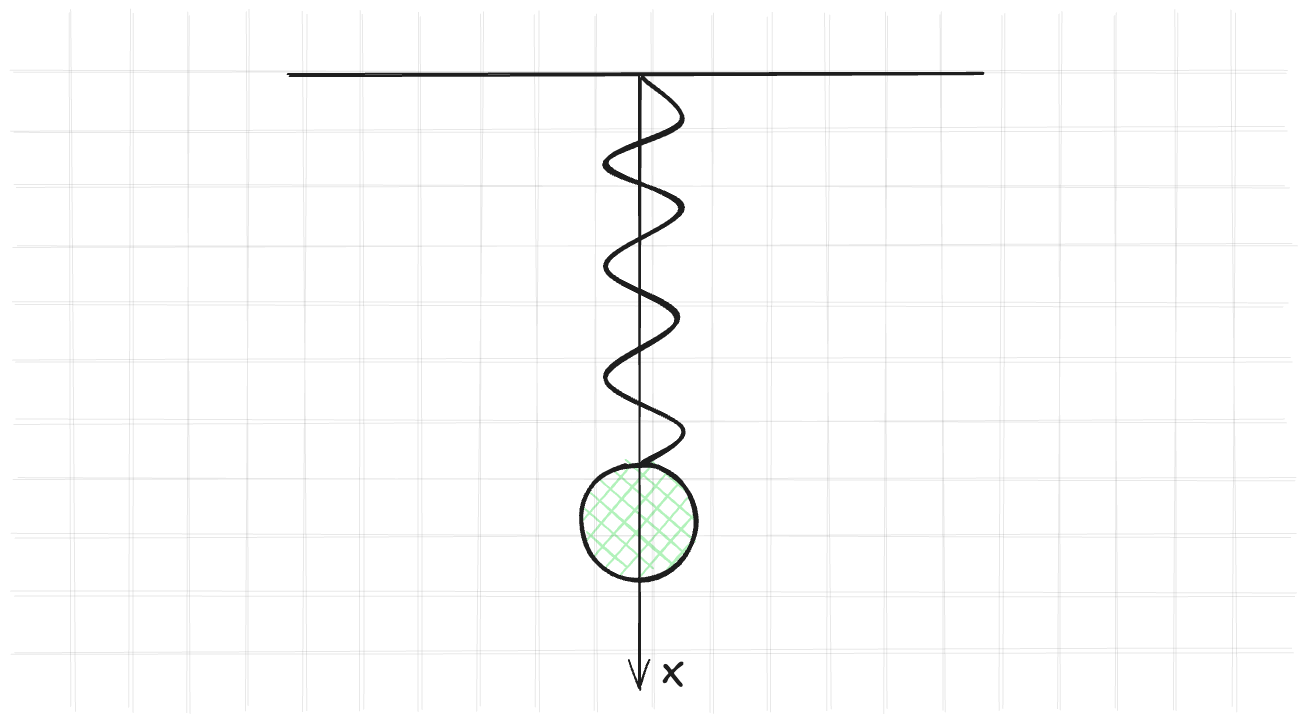
The Excalidraw diagram assets/pictures/numerical_method/spring.excalidraw.png in kozakromch/game_physics, before a commit. Source tidied: one line per element, renumbered; positions are measured from the earlier drawing's top-left corner, leaving out a move shared by most shapes.
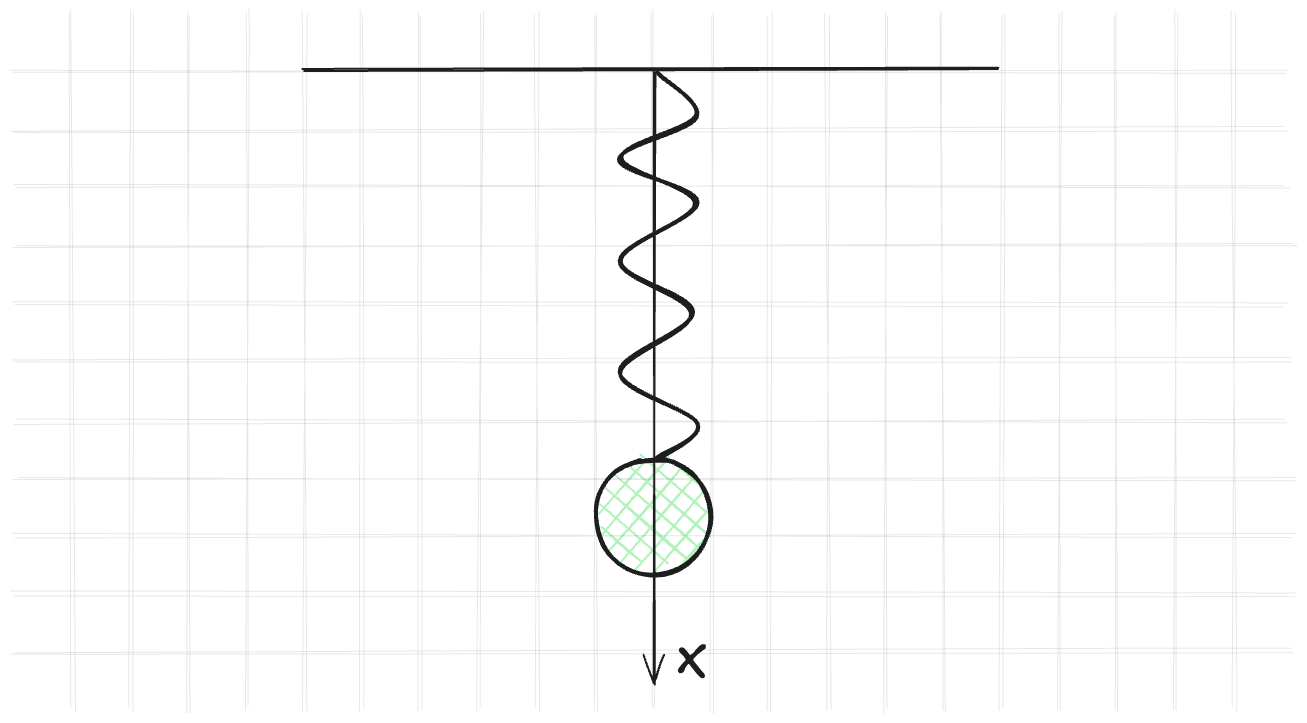
Later version of the same file.

Diff of the diagram source:
```diff
@@ -1,5 +1,5 @@
-{"id": 0, "type": "line", "strokeColor": "#1e1e1e", "strokeWidth": 2, "roughness": 1, "round": true, "x": 565, "y": 3, "width": 694, "height": 2, "points": [[0, 0], [694, -2]]}
+{"id": 0, "type": "line", "strokeColor": "#1e1e1e", "strokeWidth": 2, "roughness": 1, "round": true, "x": 579, "y": -2, "width": 694, "height": 2, "points": [[0, 0], [694, -2]]}
-{"id": 1, "type": "ellipse", "strokeColor": "#1e1e1e", "backgroundColor": "#b2f2bb", "fillStyle": "cross-hatch", "strokeWidth": 4, "roughness": 1, "round": true, "x": 857, "y": 392, "width": 115, "height": 116}
+{"id": 1, "type": "ellipse", "strokeColor": "#1e1e1e", "backgroundColor": "#b2f2bb", "fillStyle": "cross-hatch", "strokeWidth": 4, "roughness": 1, "round": true, "x": 872, "y": 387, "width": 115, "height": 116}
 {"id": 2, "type": "line", "strokeColor": "#1e1e1e", "strokeWidth": 1, "roughness": 2, "opacity": 10, "round": true, "x": 290, "y": 0, "width": 1272, "height": 0, "points": [[0, 0], [1272, 0]]}
 {"id": 3, "type": "line", "strokeColor": "#1e1e1e", "strokeWidth": 1, "roughness": 2, "opacity": 10, "round": true, "x": 290, "y": 349, "width": 1272, "height": 0, "points": [[0, 0], [1272, 0]]}
 {"id": 4, "type": "line", "strokeColor": "#1e1e1e", "strokeWidth": 1, "roughness": 2, "opacity": 10, "round": true, "x": 290, "y": 58, "width": 1275, "height": 0, "points": [[0, 0], [1275, 0]]}
@@ -15,7 +15,7 @@
 {"id": 14, "type": "line", "strokeColor": "#1e1e1e", "angle": 1.57, "strokeWidth": 1, "roughness": 2, "opacity": 10, "round": true, "x": 233, "y": 290, "width": 696, "height": 0, "points": [[0, 0], [696, 0]]}
 {"id": 15, "type": "line", "strokeColor": "#1e1e1e", "angle": 1.57, "strokeWidth": 1, "roughness": 2, "opacity": 10, "round": true, "x": 523, "y": 290, "width": 697, "height": 0, "points": [[0, 0], [697, 0]]}
 {"id": 16, "type": "line", "strokeColor": "#1e1e1e", "angle": 1.57, "strokeWidth": 1, "roughness": 2, "opacity": 10, "round": true, "x": 174, "y": 290, "width": 697, "height": 0, "points": [[0, 0], [697, 0]]}
-{"id": 17, "type": "line", "strokeColor": "#1e1e1e", "angle": 1.57, "strokeWidth": 1, "roughness": 2, "opacity": 10, "round": true, "x": 465, "y": 290, "width": 697, "height": 0, "points": [[0, 0], [697, 0]]}
+{"id": 17, "type": "line", "strokeColor": "#1e1e1e", "angle": 1.57, "strokeWidth": 1, "roughness": 2, "opacity": 10, "round": true, "x": 464, "y": 290, "width": 697, "height": 0, "points": [[0, 0], [697, 0]]}
 {"id": 18, "type": "line", "strokeColor": "#1e1e1e", "angle": 1.57, "strokeWidth": 1, "roughness": 2, "opacity": 10, "round": true, "x": 116, "y": 290, "width": 697, "height": 0, "points": [[0, 0], [697, 0]]}
 {"id": 19, "type": "line", "strokeColor": "#1e1e1e", "angle": 1.57, "strokeWidth": 1, "roughness": 2, "opacity": 10, "round": true, "x": 406, "y": 290, "width": 697, "height": 0, "points": [[0, 0], [697, 0]]}
 {"id": 20, "type": "line", "strokeColor": "#1e1e1e", "angle": 1.57, "strokeWidth": 1, "roughness": 2, "opacity": 10, "round": true, "x": 58, "y": 290, "width": 697, "height": 0, "points": [[0, 0], [697, 0]]}
@@ -32,6 +32,6 @@
 {"id": 31, "type": "line", "strokeColor": "#1e1e1e", "angle": 1.57, "strokeWidth": 1, "roughness": 2, "opacity": 10, "round": true, "x": 1045, "y": 291, "width": 697, "height": 0, "points": [[0, 0], [697, 0]]}
 {"id": 32, "type": "line", "strokeColor": "#1e1e1e", "angle": 1.57, "strokeWidth": 1, "roughness": 2, "opacity": 10, "round": true, "x": 697, "y": 290, "width": 697, "height": 0, "points": [[0, 0], [697, 0]]}
 {"id": 33, "type": "line", "strokeColor": "#1e1e1e", "angle": 1.57, "strokeWidth": 1, "roughness": 2, "opacity": 10, "round": true, "x": 987, "y": 290, "width": 696, "height": 0, "points": [[0, 0], [696, 0]]}
-{"id": 34, "type": "line", "strokeColor": "#1e1e1e", "strokeWidth": 4, "roughness": 1, "round": true, "x": 920, "y": 7, "width": 77, "height": 384, "points": [[0, 0], [38, 43], [-38, 85], [38, 128], [-38, 188], [35, 239], [-38, 299], [38, 350], [0, 384]]}
+{"id": 34, "type": "line", "strokeColor": "#1e1e1e", "strokeWidth": 4, "roughness": 1, "round": true, "x": 934, "y": 2, "width": 77, "height": 384, "points": [[0, 0], [38, 43], [-38, 85], [38, 128], [-38, 188], [35, 239], [-38, 299], [38, 350], [0, 384]]}
-{"id": 35, "type": "arrow", "strokeColor": "#1e1e1e", "strokeWidth": 2, "roughness": 1, "endArrowhead": "arrow", "round": true, "x": 916, "y": 5, "width": 0, "height": 612, "points": [[0, 0], [0, 612]]}
+{"id": 35, "type": "arrow", "strokeColor": "#1e1e1e", "strokeWidth": 2, "roughness": 1, "endArrowhead": "arrow", "round": true, "x": 931, "y": 0, "width": 0, "height": 612, "points": [[0, 0], [0, 612]]}
-{"id": 36, "type": "text", "text": "X", "strokeColor": "#1e1e1e", "strokeWidth": 2, "roughness": 1, "fontSize": 36, "fontFamily": 1, "x": 939, "y": 579, "width": 22, "height": 45}
+{"id": 36, "type": "text", "text": "X", "strokeColor": "#1e1e1e", "strokeWidth": 2, "roughness": 1, "fontSize": 48.45, "fontFamily": 1, "x": 954, "y": 558, "width": 29, "height": 61}
```
